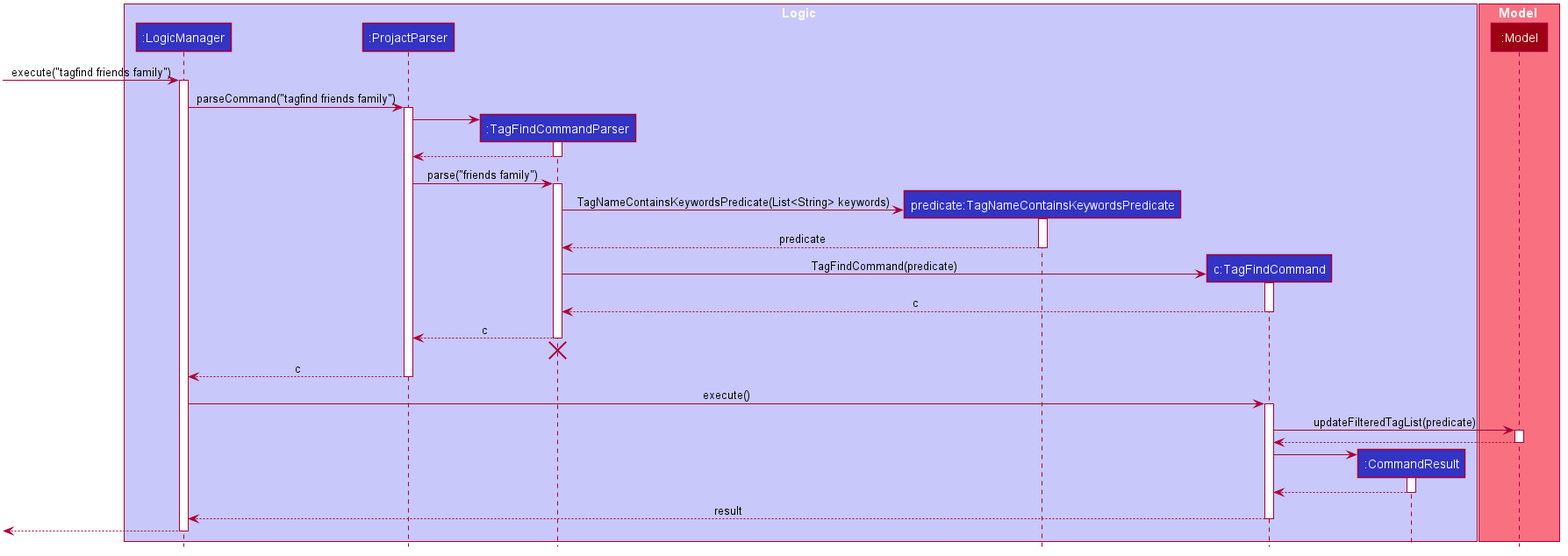
siqiang-ng/tp keeps this PlantUML diagram as docs/images/TagFindSequenceDiagram.png. Above is the earlier version. Its diagram source:
```plantuml
@startuml








skinparam BackgroundColor #FFFFFFF

skinparam Shadowing false

skinparam Class {
    FontColor #FFFFFF
    BorderThickness 1
    BorderColor #FFFFFF
    StereotypeFontColor #FFFFFF
    FontName Arial
}

skinparam Actor {
    BorderColor #000000
    Color #000000
    FontName Arial
}

skinparam Sequence {
    MessageAlign center
    BoxFontSize 15
    BoxPadding 0
    BoxFontColor #FFFFFF
    FontName Arial
}

skinparam Participant {
    FontColor #FFFFFFF
    Padding 20
}

skinparam MinClassWidth 50
skinparam ParticipantPadding 10
skinparam Shadowing false
skinparam DefaultTextAlignment center
skinparam packageStyle Rectangle

hide footbox
hide members
hide circle

box Logic #C8C8FA
participant ":LogicManager" as LogicManager #3333C4
participant ":ProjactParser" as ProjactParser #3333C4
participant ":TagFindCommandParser" as TagFindCommandParser #3333C4
participant "predicate:TagNameContainsKeywordsPredicate" as TagNameContainsKeywordsPredicate #3333C4
participant "c:TagFindCommand" as TagFindCommand #3333C4
participant ":CommandResult" as CommandResult #3333C4
end box

box Model #F97181
participant ":Model" as Model #9D0012
end box

[-> LogicManager : execute("tagfind friends family")
activate LogicManager

LogicManager -> ProjactParser : parseCommand("tagfind friends family")
activate ProjactParser

create TagFindCommandParser
ProjactParser -> TagFindCommandParser
activate TagFindCommandParser

TagFindCommandParser --> ProjactParser
deactivate TagFindCommandParser

ProjactParser -> TagFindCommandParser : parse("friends family")
activate TagFindCommandParser

create TagNameContainsKeywordsPredicate
TagFindCommandParser -> TagNameContainsKeywordsPredicate : TagNameContainsKeywordsPredicate(List<String> keywords)
activate TagNameContainsKeywordsPredicate

TagNameContainsKeywordsPredicate --> TagFindCommandParser : predicate
deactivate TagNameContainsKeywordsPredicate

create TagFindCommand
TagFindCommandParser -> TagFindCommand : TagFindCommand(predicate)
activate TagFindCommand

TagFindCommand --> TagFindCommandParser : c
deactivate TagFindCommand

TagFindCommandParser --> ProjactParser : c
deactivate TagFindCommandParser
TagFindCommandParser -[hidden]-> ProjactParser
destroy TagFindCommandParser

ProjactParser --> LogicManager : c
deactivate ProjactParser

LogicManager -> TagFindCommand : execute()
activate TagFindCommand

TagFindCommand -> Model : updateFilteredTagList(predicate)
activate Model

Model --> TagFindCommand
deactivate Model

create CommandResult
TagFindCommand -> CommandResult
activate CommandResult

CommandResult --> TagFindCommand
deactivate CommandResult

TagFindCommand --> LogicManager : result
deactivate TagFindCommand

[<--LogicManager
deactivate LogicManager


@enduml
```
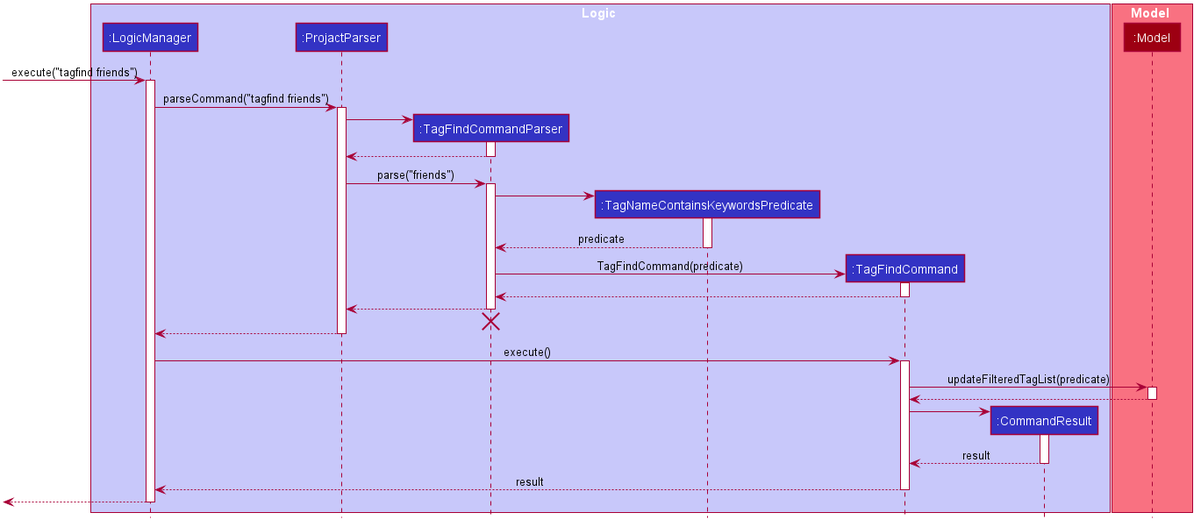
After the commit.

Commit message:
Update TagFind DeveloperGuide

Diff of the diagram source:
```diff
@@ -52,8 +52,8 @@
 participant ":LogicManager" as LogicManager #3333C4
 participant ":ProjactParser" as ProjactParser #3333C4
 participant ":TagFindCommandParser" as TagFindCommandParser #3333C4
-participant "predicate:TagNameContainsKeywordsPredicate" as TagNameContainsKeywordsPredicate #3333C4
-participant "c:TagFindCommand" as TagFindCommand #3333C4
+participant ":TagNameContainsKeywordsPredicate" as TagNameContainsKeywordsPredicate #3333C4
+participant ":TagFindCommand" as TagFindCommand #3333C4
 participant ":CommandResult" as CommandResult #3333C4
 end box
 
@@ -61,10 +61,10 @@
 participant ":Model" as Model #9D0012
 end box
 
-[-> LogicManager : execute("tagfind friends family")
+[-> LogicManager : execute("tagfind friends")
 activate LogicManager
 
-LogicManager -> ProjactParser : parseCommand("tagfind friends family")
+LogicManager -> ProjactParser : parseCommand("tagfind friends")
 activate ProjactParser
 
 create TagFindCommandParser
@@ -74,11 +74,11 @@
 TagFindCommandParser --> ProjactParser
 deactivate TagFindCommandParser
 
-ProjactParser -> TagFindCommandParser : parse("friends family")
+ProjactParser -> TagFindCommandParser : parse("friends")
 activate TagFindCommandParser
 
 create TagNameContainsKeywordsPredicate
-TagFindCommandParser -> TagNameContainsKeywordsPredicate : TagNameContainsKeywordsPredicate(List<String> keywords)
+TagFindCommandParser -> TagNameContainsKeywordsPredicate
 activate TagNameContainsKeywordsPredicate
 
 TagNameContainsKeywordsPredicate --> TagFindCommandParser : predicate
@@ -88,15 +88,15 @@
 TagFindCommandParser -> TagFindCommand : TagFindCommand(predicate)
 activate TagFindCommand
 
-TagFindCommand --> TagFindCommandParser : c
+TagFindCommand --> TagFindCommandParser
 deactivate TagFindCommand
 
-TagFindCommandParser --> ProjactParser : c
+TagFindCommandParser --> ProjactParser
 deactivate TagFindCommandParser
 TagFindCommandParser -[hidden]-> ProjactParser
 destroy TagFindCommandParser
 
-ProjactParser --> LogicManager : c
+ProjactParser --> LogicManager
 deactivate ProjactParser
 
 LogicManager -> TagFindCommand : execute()
@@ -112,7 +112,7 @@
 TagFindCommand -> CommandResult
 activate CommandResult
 
-CommandResult --> TagFindCommand
+CommandResult --> TagFindCommand : result
 deactivate CommandResult
 
 TagFindCommand --> LogicManager : result
```
